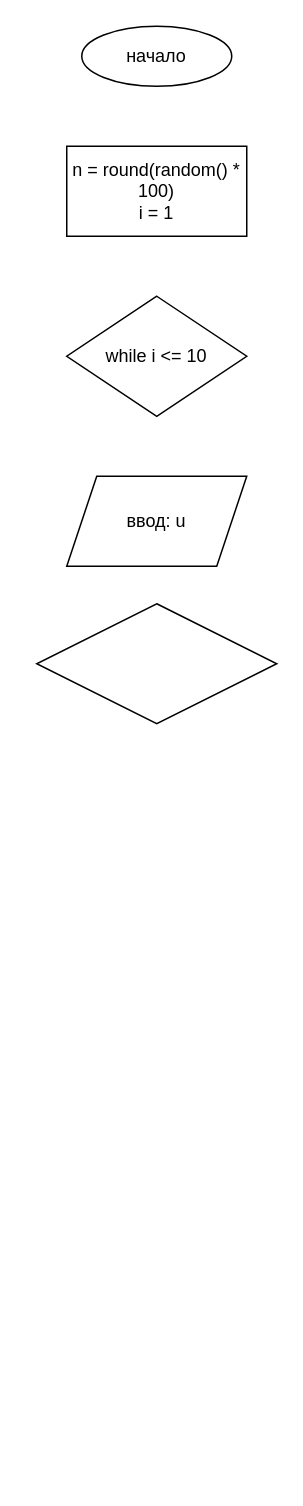
The draw.io diagram page "Page-6" (6 of 9) of DZ2/DZ2.drawio in Vladislav-Argun/AADSIP, before the edit. Source tidied: cells renumbered, new cells numbered last; positions are measured from the earlier drawing's top-left corner, leaving out a move shared by most shapes. Both pictures are drawn from the tidied source at 150%, with x=0, y=0 at pixel (36, 26).
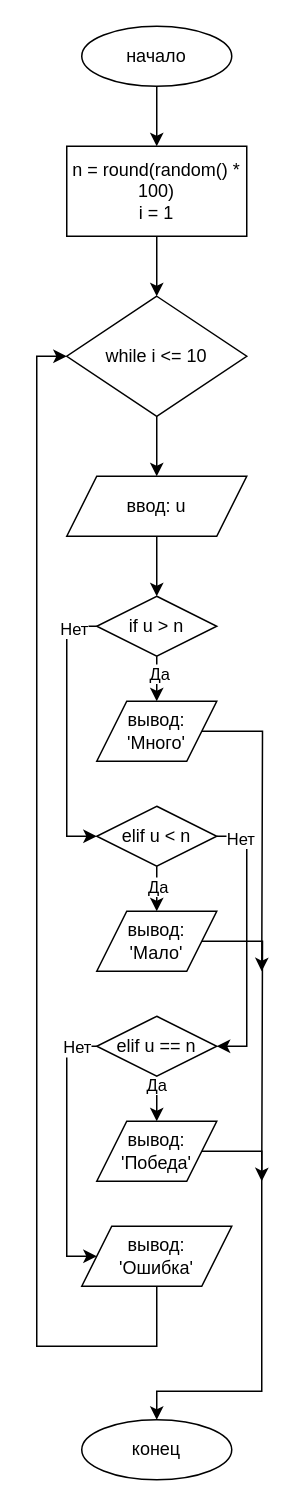
Above is the later version.

The change refers to these unchanged cells:
```xml
<mxCell id="2" value="начало" style="ellipse;whiteSpace=wrap;html=1;" parent="1" vertex="1">
  <mxGeometry x="30" width="100" height="40" as="geometry" />
</mxCell>
<mxCell id="3" value="&lt;div&gt;n = round(random() * 100)&lt;/div&gt;&lt;div&gt;i = 1&lt;/div&gt;" style="rounded=0;whiteSpace=wrap;html=1;align=center;" parent="1" vertex="1">
  <mxGeometry x="20" y="80" width="120" height="60" as="geometry" />
</mxCell>
<mxCell id="4" value="while i &amp;lt;= 10" style="rhombus;whiteSpace=wrap;html=1;align=center;" parent="1" vertex="1">
  <mxGeometry x="20" y="180" width="120" height="80" as="geometry" />
</mxCell>
```

Change to the diagram source:
```diff
@@
+    <mxCell id="7" style="edgeStyle=orthogonalEdgeStyle;rounded=0;jettySize=auto;html=1;" parent="1" edge="1" source="2" target="3">
+      <mxGeometry relative="1" as="geometry" />
+    </mxCell>
@@
+    <mxCell id="8" style="edgeStyle=orthogonalEdgeStyle;rounded=0;jettySize=auto;html=1;" parent="1" edge="1" source="3" target="4">
+      <mxGeometry relative="1" as="geometry" />
+    </mxCell>
@@
+    <mxCell id="9" style="edgeStyle=orthogonalEdgeStyle;rounded=0;jettySize=auto;html=1;" parent="1" edge="1" source="4" target="5">
+      <mxGeometry relative="1" as="geometry" />
+    </mxCell>
@@
+    <mxCell id="10" style="edgeStyle=orthogonalEdgeStyle;rounded=0;jettySize=auto;html=1;entryX=0.5;entryY=0;entryDx=0;entryDy=0;" parent="1" edge="1" source="5" target="6">
+      <mxGeometry relative="1" as="geometry" />
+    </mxCell>
     <mxCell id="5" value="ввод: u" style="shape=parallelogram;perimeter=parallelogramPerimeter;whiteSpace=wrap;html=1;fixedSize=1;align=center;" parent="1" vertex="1">
-      <mxGeometry x="20" y="300" width="120" height="60" as="geometry" />
+      <mxGeometry x="20" y="300" width="120" height="40" as="geometry" />
     </mxCell>
+    <mxCell id="11" style="edgeStyle=orthogonalEdgeStyle;rounded=0;jettySize=auto;html=1;" parent="1" edge="1" source="6" target="21">
+      <mxGeometry relative="1" as="geometry" />
+    </mxCell>
+    <mxCell id="12" value="Да" style="edgeLabel;html=1;align=center;verticalAlign=middle;" parent="11" vertex="1">
+      <mxGeometry x="0.15" y="-1" relative="1" as="geometry" />
+    </mxCell>
+    <mxCell id="13" style="edgeStyle=orthogonalEdgeStyle;rounded=0;jettySize=auto;html=1;entryX=0;entryY=0.5;entryDx=0;entryDy=0;" parent="1" edge="1" source="6" target="19">
+      <mxGeometry relative="1" as="geometry">
+        <Array as="points">
+          <mxPoint x="20" y="400" />
+          <mxPoint x="20" y="540" />
+        </Array>
+      </mxGeometry>
+    </mxCell>
+    <mxCell id="14" value="Нет" style="edgeLabel;html=1;align=center;verticalAlign=middle;" parent="13" vertex="1">
+      <mxGeometry x="-0.82" y="1" relative="1" as="geometry" />
+    </mxCell>
-    <mxCell id="6" style="rhombus;whiteSpace=wrap;html=1;align=center;" parent="1" vertex="1">
-      <mxGeometry y="385" width="160" height="80" as="geometry" />
+    <mxCell id="6" value="if u &amp;gt; n" style="rhombus;whiteSpace=wrap;html=1;align=center;" parent="1" vertex="1">
+      <mxGeometry x="40" y="380" width="80" height="40" as="geometry" />
     </mxCell>
+    <mxCell id="15" style="edgeStyle=orthogonalEdgeStyle;rounded=0;jettySize=auto;html=1;entryX=0.5;entryY=0;entryDx=0;entryDy=0;" parent="1" edge="1" source="19" target="24">
+      <mxGeometry relative="1" as="geometry" />
+    </mxCell>
+    <mxCell id="16" value="Да" style="edgeLabel;html=1;align=center;verticalAlign=middle;" parent="15" vertex="1">
+      <mxGeometry x="0.32" relative="1" as="geometry" />
+    </mxCell>
+    <mxCell id="17" style="edgeStyle=orthogonalEdgeStyle;rounded=0;jettySize=auto;html=1;entryX=1;entryY=0.5;entryDx=0;entryDy=0;" parent="1" edge="1" source="19" target="29">
+      <mxGeometry relative="1" as="geometry">
+        <Array as="points">
+          <mxPoint x="140" y="540" />
+          <mxPoint x="140" y="680" />
+        </Array>
+      </mxGeometry>
+    </mxCell>
+    <mxCell id="18" value="Нет" style="edgeLabel;html=1;align=center;verticalAlign=middle;" parent="17" vertex="1">
+      <mxGeometry x="-0.83" y="-1" relative="1" as="geometry" />
+    </mxCell>
+    <mxCell id="19" value="elif u &amp;lt; n" style="rhombus;whiteSpace=wrap;html=1;align=center;" parent="1" vertex="1">
+      <mxGeometry x="40" y="520" width="80" height="40" as="geometry" />
+    </mxCell>
+    <mxCell id="20" style="edgeStyle=orthogonalEdgeStyle;rounded=0;jettySize=auto;html=1;" parent="1" edge="1" source="21">
+      <mxGeometry relative="1" as="geometry">
+        <mxPoint x="150" y="630" as="targetPoint" />
+      </mxGeometry>
+    </mxCell>
+    <mxCell id="21" value="вывод:&lt;br&gt;'Много'" style="shape=parallelogram;perimeter=parallelogramPerimeter;whiteSpace=wrap;html=1;fixedSize=1;" parent="1" vertex="1">
+      <mxGeometry x="40" y="450" width="80" height="40" as="geometry" />
+    </mxCell>
+    <mxCell id="22" style="edgeStyle=orthogonalEdgeStyle;rounded=0;orthogonalLoop=1;jettySize=auto;html=1;exitX=0.5;exitY=1;exitDx=0;exitDy=0;" parent="1" edge="1" source="6" target="6">
+      <mxGeometry relative="1" as="geometry" />
+    </mxCell>
+    <mxCell id="23" style="edgeStyle=orthogonalEdgeStyle;rounded=0;jettySize=auto;html=1;" parent="1" edge="1" source="24">
+      <mxGeometry relative="1" as="geometry">
+        <mxPoint x="150" y="770" as="targetPoint" />
+      </mxGeometry>
+    </mxCell>
+    <mxCell id="24" value="вывод:&lt;br&gt;'Мало'" style="shape=parallelogram;perimeter=parallelogramPerimeter;whiteSpace=wrap;html=1;fixedSize=1;" parent="1" vertex="1">
+      <mxGeometry x="40" y="590" width="80" height="40" as="geometry" />
+    </mxCell>
+    <mxCell id="25" style="edgeStyle=orthogonalEdgeStyle;rounded=0;jettySize=auto;html=1;" parent="1" edge="1" source="29" target="31">
+      <mxGeometry relative="1" as="geometry" />
+    </mxCell>
+    <mxCell id="26" value="Да" style="edgeLabel;html=1;align=center;verticalAlign=middle;" parent="25" vertex="1">
+      <mxGeometry x="-0.78" y="-1" relative="1" as="geometry" />
+    </mxCell>
+    <mxCell id="27" style="edgeStyle=orthogonalEdgeStyle;rounded=0;jettySize=auto;html=1;entryX=0;entryY=0.5;entryDx=0;entryDy=0;" parent="1" edge="1" source="29" target="34">
+      <mxGeometry relative="1" as="geometry">
+        <Array as="points">
+          <mxPoint x="20" y="680" />
+          <mxPoint x="20" y="820" />
+        </Array>
+      </mxGeometry>
+    </mxCell>
+    <mxCell id="28" value="Нет" style="edgeLabel;html=1;align=center;verticalAlign=middle;" parent="27" vertex="1">
+      <mxGeometry x="-0.85" relative="1" as="geometry" />
+    </mxCell>
+    <mxCell id="29" value="elif u == n" style="rhombus;whiteSpace=wrap;html=1;align=center;" parent="1" vertex="1">
+      <mxGeometry x="40" y="660" width="80" height="40" as="geometry" />
+    </mxCell>
+    <mxCell id="30" style="edgeStyle=orthogonalEdgeStyle;rounded=0;jettySize=auto;html=1;entryX=0.5;entryY=0;entryDx=0;entryDy=0;" parent="1" edge="1" source="31" target="32">
+      <mxGeometry relative="1" as="geometry">
+        <Array as="points">
+          <mxPoint x="150" y="750" />
+          <mxPoint x="150" y="910" />
+          <mxPoint x="80" y="910" />
+        </Array>
+      </mxGeometry>
+    </mxCell>
+    <mxCell id="31" value="вывод:&lt;br&gt;'Победа'" style="shape=parallelogram;perimeter=parallelogramPerimeter;whiteSpace=wrap;html=1;fixedSize=1;" parent="1" vertex="1">
+      <mxGeometry x="40" y="730" width="80" height="40" as="geometry" />
+    </mxCell>
+    <mxCell id="32" value="конец" style="ellipse;whiteSpace=wrap;html=1;" parent="1" vertex="1">
+      <mxGeometry x="30" y="929" width="100" height="40" as="geometry" />
+    </mxCell>
+    <mxCell id="33" style="edgeStyle=orthogonalEdgeStyle;rounded=0;jettySize=auto;html=1;entryX=0;entryY=0.5;entryDx=0;entryDy=0;" parent="1" edge="1" source="34" target="4">
+      <mxGeometry relative="1" as="geometry">
+        <Array as="points">
+          <mxPoint y="880" />
+          <mxPoint y="220" />
+        </Array>
+      </mxGeometry>
+    </mxCell>
+    <mxCell id="34" value="вывод:&lt;br&gt;'Ошибка'" style="shape=parallelogram;perimeter=parallelogramPerimeter;whiteSpace=wrap;html=1;fixedSize=1;" parent="1" vertex="1">
+      <mxGeometry x="30" y="800" width="100" height="40" as="geometry" />
+    </mxCell>
```
